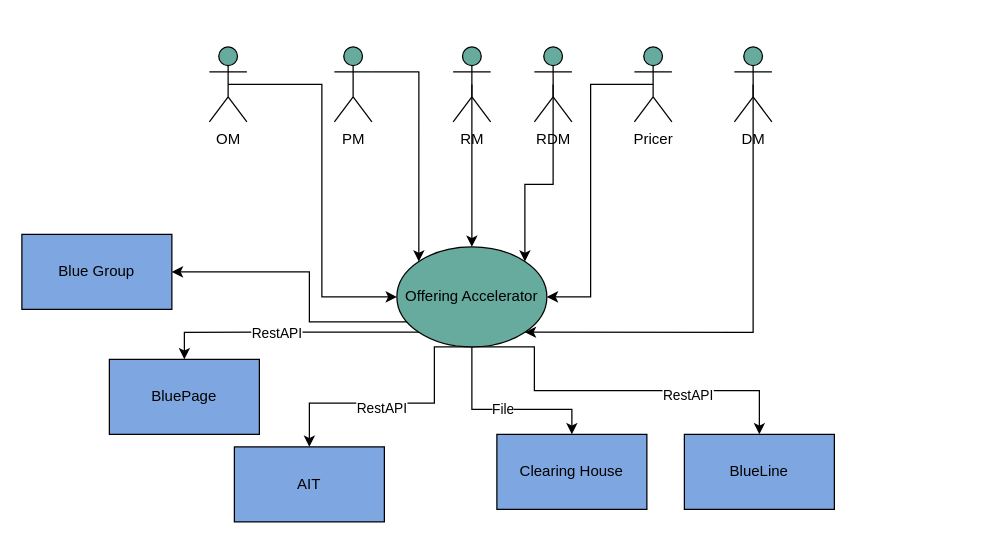
Before: page "System Context" (5 of 6) of oasis-architecture.drawio in JackZhao2517/drawio_folder, a draw.io diagram. Source tidied: cells renumbered, new cells numbered last; positions are measured from the earlier drawing's top-left corner, leaving out a move shared by most shapes. Both pictures are drawn from the tidied source at 125%, with x=0, y=0 at pixel (21, 46).
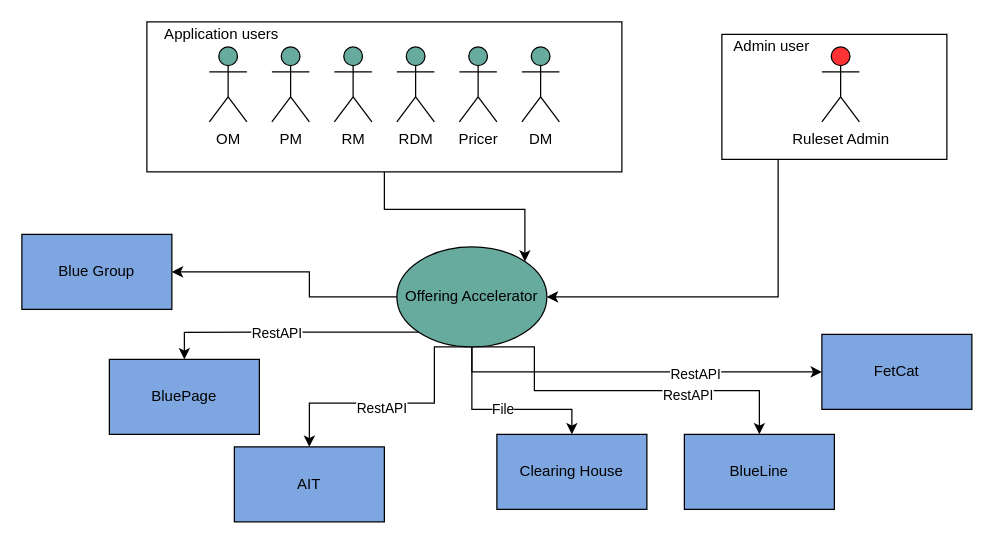
Above is the later version.

The change refers to these unchanged cells:
```xml
<mxCell id="10" value="Offering Accelerator" style="ellipse;whiteSpace=wrap;html=1;fillColor=#67AB9F;" parent="1" vertex="1">
  <mxGeometry x="300" y="160" width="120" height="80" as="geometry" />
</mxCell>
<mxCell id="12" value="OM" style="shape=umlActor;verticalLabelPosition=bottom;verticalAlign=top;html=1;outlineConnect=0;fillColor=#67AB9F;" parent="1" vertex="1">
  <mxGeometry x="150" width="30" height="60" as="geometry" />
</mxCell>
<mxCell id="27" value="Blue Group" style="rounded=0;whiteSpace=wrap;html=1;fillColor=#7EA6E0;" parent="1" vertex="1">
  <mxGeometry y="150" width="120" height="60" as="geometry" />
</mxCell>
```

The edit, as a diff of the source:
```diff
@@
+    <mxCell id="28" style="rounded=0;whiteSpace=wrap;html=1;shadow=0;" parent="1" vertex="1">
+      <mxGeometry x="560" y="-10" width="180" height="100" as="geometry" />
+    </mxCell>
+    <mxCell id="29" style="rounded=0;whiteSpace=wrap;html=1;shadow=0;" parent="1" vertex="1">
+      <mxGeometry x="100" y="-20" width="380" height="120" as="geometry" />
+    </mxCell>
@@
-    <mxCell id="9" style="edgeStyle=orthogonalEdgeStyle;rounded=0;jettySize=auto;html=1;exitX=0;exitY=1;exitDx=0;exitDy=0;entryX=1;entryY=0.5;entryDx=0;entryDy=0;" parent="1" edge="1" source="10" target="27">
+    <mxCell id="9" style="edgeStyle=orthogonalEdgeStyle;rounded=0;jettySize=auto;html=1;exitX=0;exitY=0.5;exitDx=0;exitDy=0;entryX=1;entryY=0.5;entryDx=0;entryDy=0;" parent="1" edge="1" source="10" target="27">
       <mxGeometry relative="1" as="geometry">
         <Array as="points">
-          <mxPoint x="318" y="220" />
-          <mxPoint x="230" y="220" />
+          <mxPoint x="230" y="200" />
           <mxPoint x="230" y="180" />
         </Array>
       </mxGeometry>
     </mxCell>
+    <mxCell id="30" style="edgeStyle=orthogonalEdgeStyle;rounded=0;jettySize=auto;html=1;exitX=0.5;exitY=1;exitDx=0;exitDy=0;entryX=0;entryY=0.5;entryDx=0;entryDy=0;" parent="1" edge="1" source="10" target="34">
+      <mxGeometry relative="1" as="geometry" />
+    </mxCell>
+    <mxCell id="31" value="RestAPI" style="edgeLabel;html=1;align=center;verticalAlign=middle;" parent="30" vertex="1">
+      <mxGeometry x="0.32" y="-1" relative="1" as="geometry" />
+    </mxCell>
@@
-    <mxCell id="11" style="edgeStyle=orthogonalEdgeStyle;rounded=0;jettySize=auto;html=1;exitX=0.5;exitY=0.5;exitDx=0;exitDy=0;exitPerimeter=0;entryX=0;entryY=0.5;entryDx=0;entryDy=0;" parent="1" edge="1" source="12" target="10">
-      <mxGeometry relative="1" as="geometry" />
-    </mxCell>
@@
-    <mxCell id="13" style="edgeStyle=orthogonalEdgeStyle;rounded=0;jettySize=auto;html=1;exitX=1;exitY=0.3333333333333333;exitDx=0;exitDy=0;exitPerimeter=0;entryX=0;entryY=0;entryDx=0;entryDy=0;" parent="1" edge="1" source="14" target="10">
-      <mxGeometry relative="1" as="geometry" />
-    </mxCell>
     <mxCell id="14" value="PM" style="shape=umlActor;verticalLabelPosition=bottom;verticalAlign=top;html=1;outlineConnect=0;fillColor=#67AB9F;" parent="1" vertex="1">
-      <mxGeometry x="250" width="30" height="60" as="geometry" />
+      <mxGeometry x="200" width="30" height="60" as="geometry" />
     </mxCell>
-    <mxCell id="15" style="edgeStyle=orthogonalEdgeStyle;rounded=0;jettySize=auto;html=1;exitX=0.5;exitY=0.5;exitDx=0;exitDy=0;exitPerimeter=0;entryX=0.5;entryY=0;entryDx=0;entryDy=0;" parent="1" edge="1" source="16" target="10">
-      <mxGeometry relative="1" as="geometry" />
-    </mxCell>
     <mxCell id="16" value="RM" style="shape=umlActor;verticalLabelPosition=bottom;verticalAlign=top;html=1;outlineConnect=0;fillColor=#67AB9F;" parent="1" vertex="1">
-      <mxGeometry x="345" width="30" height="60" as="geometry" />
+      <mxGeometry x="250" width="30" height="60" as="geometry" />
     </mxCell>
-    <mxCell id="17" style="edgeStyle=orthogonalEdgeStyle;rounded=0;jettySize=auto;html=1;exitX=0.5;exitY=0.5;exitDx=0;exitDy=0;exitPerimeter=0;entryX=1;entryY=0;entryDx=0;entryDy=0;" parent="1" edge="1" source="18" target="10">
+    <mxCell id="17" style="edgeStyle=orthogonalEdgeStyle;rounded=0;jettySize=auto;html=1;exitX=0.5;exitY=1;exitDx=0;exitDy=0;entryX=1;entryY=0;entryDx=0;entryDy=0;" parent="1" edge="1" source="29" target="10">
       <mxGeometry relative="1" as="geometry" />
     </mxCell>
     <mxCell id="18" value="RDM" style="shape=umlActor;verticalLabelPosition=bottom;verticalAlign=top;html=1;outlineConnect=0;fillColor=#67AB9F;" parent="1" vertex="1">
-      <mxGeometry x="410" width="30" height="60" as="geometry" />
+      <mxGeometry x="300" width="30" height="60" as="geometry" />
     </mxCell>
-    <mxCell id="19" style="edgeStyle=orthogonalEdgeStyle;rounded=0;jettySize=auto;html=1;exitX=0.5;exitY=0.5;exitDx=0;exitDy=0;exitPerimeter=0;entryX=1;entryY=0.5;entryDx=0;entryDy=0;" parent="1" edge="1" source="20" target="10">
-      <mxGeometry relative="1" as="geometry" />
-    </mxCell>
     <mxCell id="20" value="Pricer" style="shape=umlActor;verticalLabelPosition=bottom;verticalAlign=top;html=1;outlineConnect=0;fillColor=#67AB9F;" parent="1" vertex="1">
-      <mxGeometry x="490" width="30" height="60" as="geometry" />
+      <mxGeometry x="350" width="30" height="60" as="geometry" />
     </mxCell>
-    <mxCell id="21" style="edgeStyle=orthogonalEdgeStyle;rounded=0;jettySize=auto;html=1;exitX=0.5;exitY=0.5;exitDx=0;exitDy=0;exitPerimeter=0;entryX=1;entryY=1;entryDx=0;entryDy=0;" parent="1" edge="1" source="22" target="10">
-      <mxGeometry relative="1" as="geometry">
-        <Array as="points">
-          <mxPoint x="585" y="228" />
-        </Array>
-      </mxGeometry>
-    </mxCell>
     <mxCell id="22" value="DM" style="shape=umlActor;verticalLabelPosition=bottom;verticalAlign=top;html=1;outlineConnect=0;fillColor=#67AB9F;" parent="1" vertex="1">
-      <mxGeometry x="570" width="30" height="60" as="geometry" />
+      <mxGeometry x="400" width="30" height="60" as="geometry" />
     </mxCell>
@@
+    <mxCell id="32" style="edgeStyle=orthogonalEdgeStyle;rounded=0;jettySize=auto;html=1;exitX=0.25;exitY=1;exitDx=0;exitDy=0;entryX=1;entryY=0.5;entryDx=0;entryDy=0;" parent="1" edge="1" source="28" target="10">
+      <mxGeometry relative="1" as="geometry">
+        <Array as="points">
+          <mxPoint x="605" y="200" />
+        </Array>
+      </mxGeometry>
+    </mxCell>
+    <mxCell id="33" value="Ruleset Admin" style="shape=umlActor;verticalLabelPosition=bottom;verticalAlign=top;html=1;fillColor=#FF3333;" parent="1" vertex="1">
+      <mxGeometry x="640" width="30" height="60" as="geometry" />
+    </mxCell>
+    <mxCell id="34" value="FetCat" style="rounded=0;whiteSpace=wrap;html=1;fillColor=#7EA6E0;" parent="1" vertex="1">
+      <mxGeometry x="640" y="230" width="120" height="60" as="geometry" />
+    </mxCell>
+    <mxCell id="35" value="Application users" style="text;html=1;strokeColor=none;fillColor=none;align=center;verticalAlign=middle;whiteSpace=wrap;rounded=0;shadow=0;" parent="1" vertex="1">
+      <mxGeometry x="100" y="-20" width="120" height="20" as="geometry" />
+    </mxCell>
+    <mxCell id="36" value="Admin user" style="text;html=1;strokeColor=none;fillColor=none;align=center;verticalAlign=middle;whiteSpace=wrap;rounded=0;shadow=0;" parent="1" vertex="1">
+      <mxGeometry x="540" y="-10" width="120" height="20" as="geometry" />
+    </mxCell>
```
